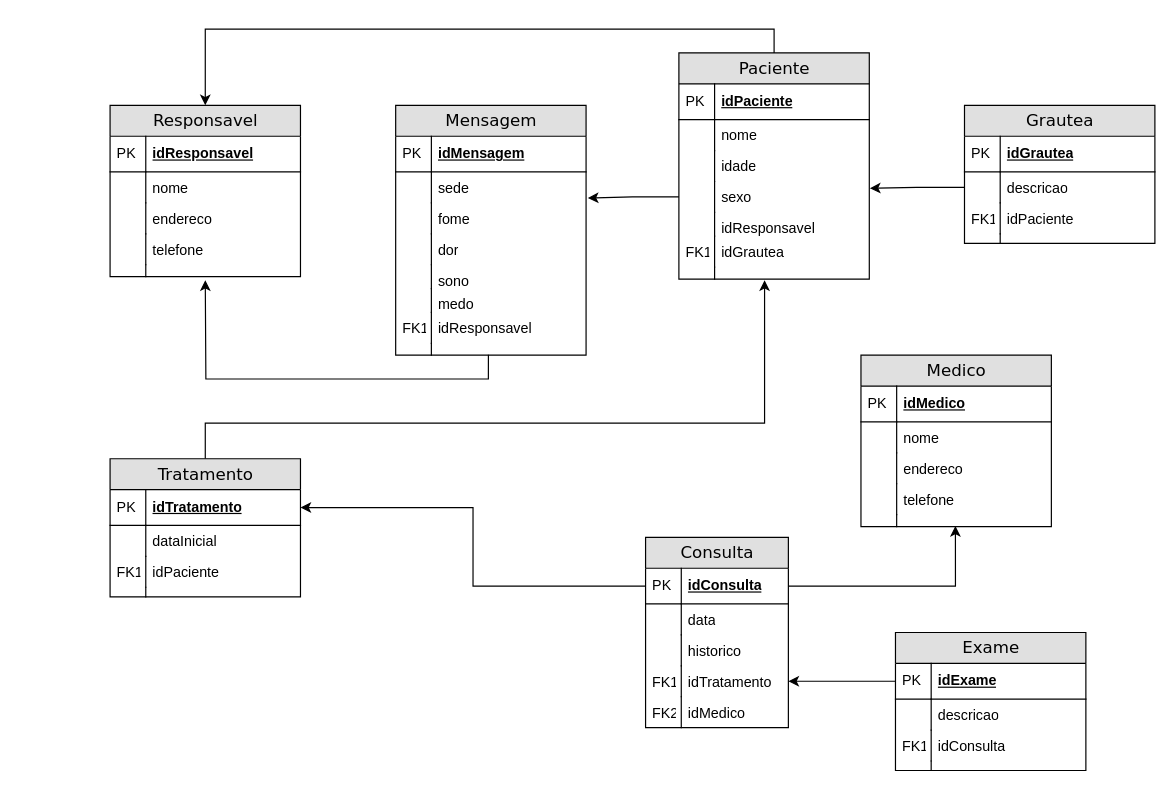
Before: Diagrama banco de dados ComuniCaut.drawio in andrematos79/andrematos79, a draw.io diagram. Source tidied: cells renumbered, new cells numbered last; positions are measured from the earlier drawing's top-left corner, leaving out a move shared by most shapes. Both pictures are drawn from the tidied source at 119%, with x=0, y=0 at pixel (109, 52).
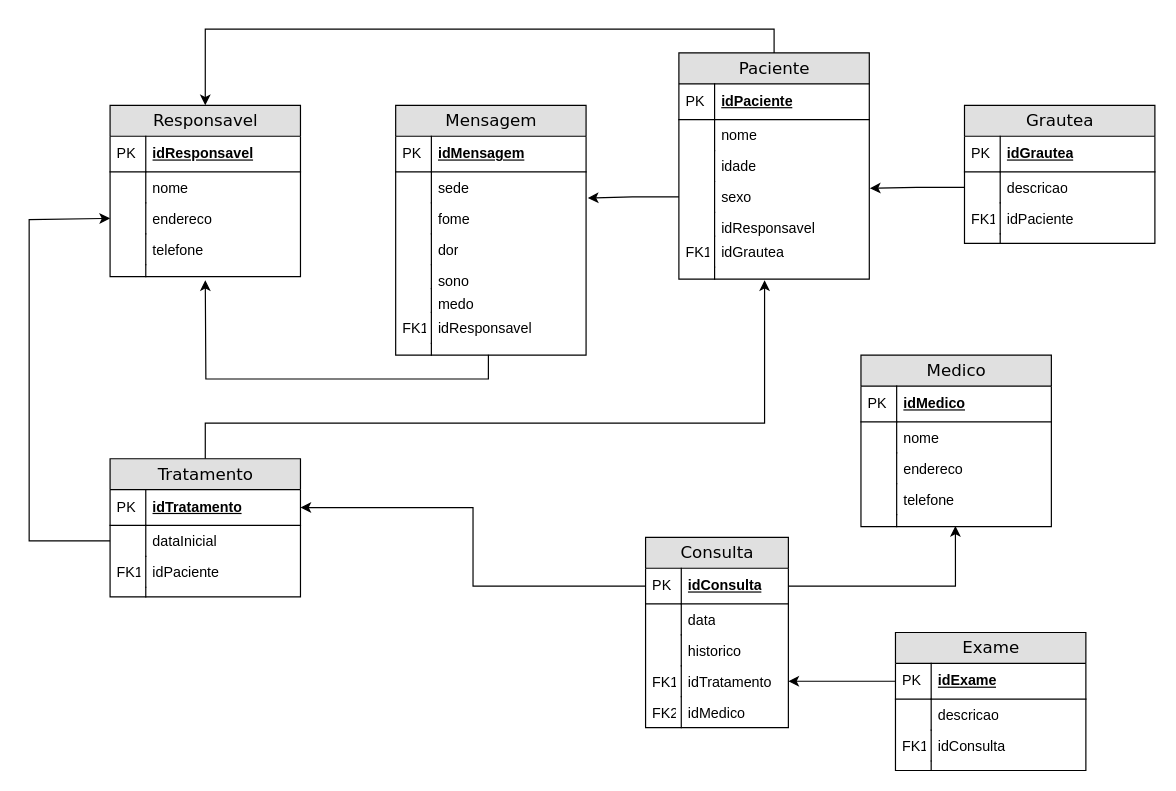
The same page after the edit.

Unchanged cells that the change refers to:
```xml
<mxCell id="32" value="endereco" style="shape=partialRectangle;top=0;left=0;right=0;bottom=0;html=1;align=left;verticalAlign=top;fillColor=none;spacingLeft=34;spacingRight=4;whiteSpace=wrap;overflow=hidden;points=[[0,0.5],[1,0.5]];portConstraint=eastwest;" parent="27" vertex="1">
  <mxGeometry y="82" width="160" height="26" as="geometry" />
</mxCell>
<mxCell id="43" value="dataInicial" style="shape=partialRectangle;top=0;left=0;right=0;bottom=0;html=1;align=left;verticalAlign=top;fillColor=none;spacingLeft=34;spacingRight=4;whiteSpace=wrap;overflow=hidden;points=[[0,0.5],[1,0.5]];portConstraint=eastwest;" parent="40" vertex="1">
  <mxGeometry y="56" width="160" height="26" as="geometry" />
</mxCell>
```

Change to the diagram source:
```diff
@@
+    <mxCell id="102" style="edgeStyle=orthogonalEdgeStyle;rounded=0;jettySize=auto;html=1;exitX=0;exitY=0.5;exitDx=0;exitDy=0;entryX=0;entryY=0.5;entryDx=0;entryDy=0;" parent="1" edge="1" source="43" target="32">
+      <mxGeometry relative="1" as="geometry">
+        <Array as="points">
+          <mxPoint x="-68" y="410" />
+          <mxPoint x="-68" y="140" />
+          <mxPoint y="140" />
+        </Array>
+      </mxGeometry>
+    </mxCell>
```
